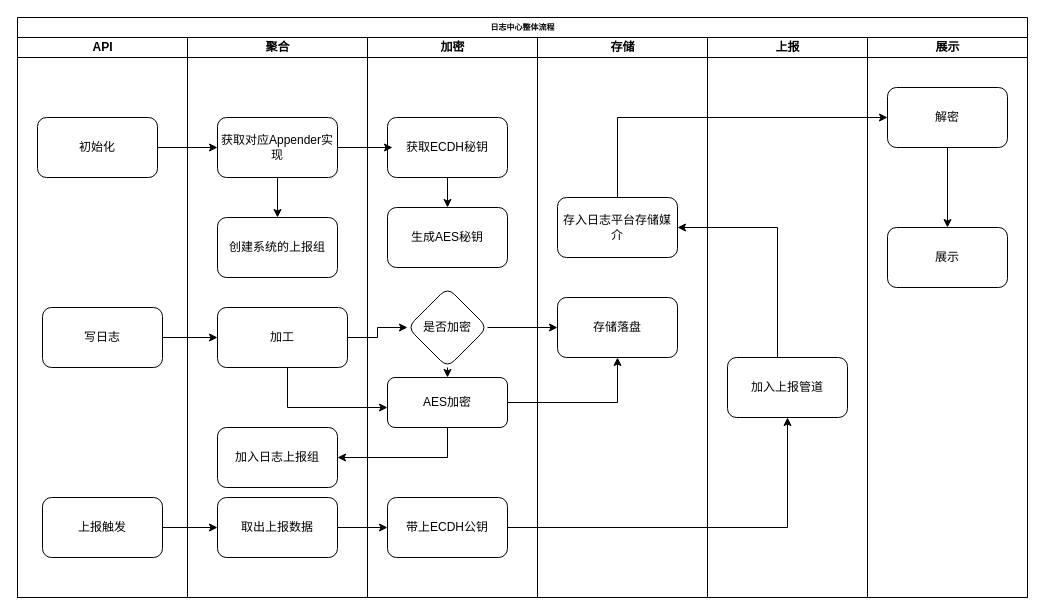
This is 日志中心整体架构.drawio from luyiwei111/new_project, a draw.io file, before an edit. Source tidied: cells renumbered, new cells numbered last; positions are measured from the earlier drawing's top-left corner, leaving out a move shared by most shapes. Both pictures are drawn from the tidied source at 100%, with x=0, y=0 at pixel (17, 17).
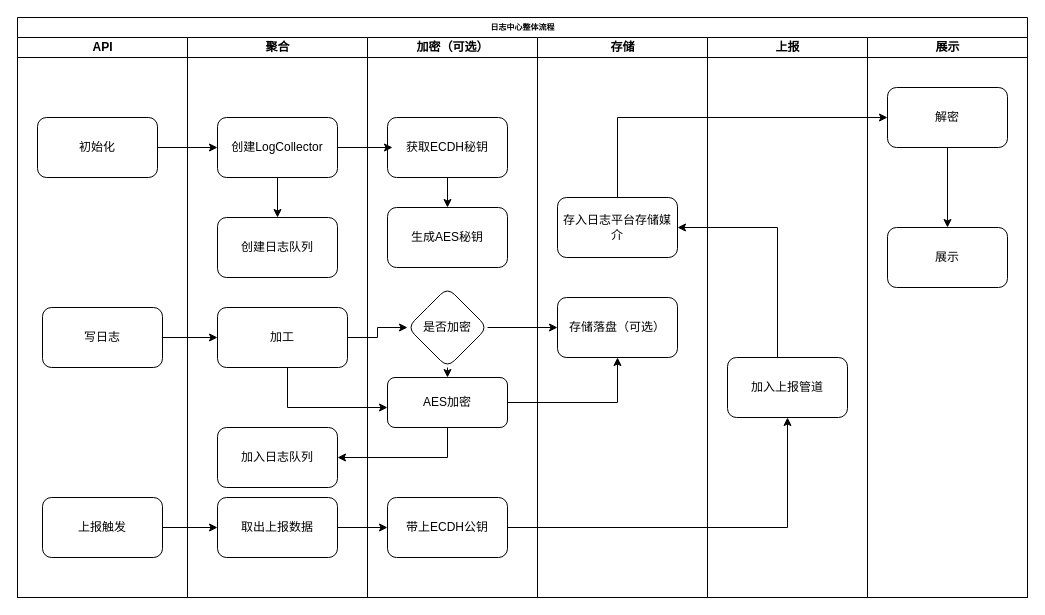
After the change.

Commit message:
更新日志中心整体架构.drawio

The change refers to these unchanged cells:
```xml
<mxCell id="2" value="日志中心整体流程" style="swimlane;html=1;startSize=20;rounded=0;shadow=0;labelBackgroundColor=none;strokeWidth=1;fontFamily=Verdana;fontSize=8;align=center;" parent="1" vertex="1">
  <mxGeometry width="1010" height="580" as="geometry" />
</mxCell>
<mxCell id="7" value="聚合" style="swimlane;html=1;startSize=20;" parent="2" vertex="1">
  <mxGeometry x="170" y="20" width="180" height="560" as="geometry" />
</mxCell>
<mxCell id="22" value="存储" style="swimlane;html=1;startSize=20;" parent="2" vertex="1">
  <mxGeometry x="520" y="20" width="170" height="560" as="geometry" />
</mxCell>
```

Change to the diagram source:
```diff
@@
-    <mxCell id="9" value="获取对应Appender实现" style="rounded=1;whiteSpace=wrap;html=1;" parent="7" vertex="1">
+    <mxCell id="9" value="创建LogCollector" style="rounded=1;whiteSpace=wrap;html=1;" parent="7" vertex="1">
       <mxGeometry x="30" y="80" width="120" height="60" as="geometry" />
     </mxCell>
@@
-    <mxCell id="12" value="加入日志上报组" style="whiteSpace=wrap;html=1;rounded=1;" parent="7" vertex="1">
+    <mxCell id="12" value="加入日志队列" style="whiteSpace=wrap;html=1;rounded=1;" parent="7" vertex="1">
       <mxGeometry x="30" y="390" width="120" height="60" as="geometry" />
     </mxCell>
-    <mxCell id="13" value="创建系统的上报组" style="whiteSpace=wrap;html=1;rounded=1;" parent="7" vertex="1">
+    <mxCell id="13" value="创建日志队列" style="whiteSpace=wrap;html=1;rounded=1;" parent="7" vertex="1">
       <mxGeometry x="30" y="180" width="120" height="60" as="geometry" />
     </mxCell>
-    <mxCell id="14" value="加密" style="swimlane;html=1;startSize=20;" parent="2" vertex="1">
+    <mxCell id="14" value="加密（可选）" style="swimlane;html=1;startSize=20;" parent="2" vertex="1">
       <mxGeometry x="350" y="20" width="170" height="560" as="geometry" />
     </mxCell>
@@
-    <mxCell id="23" value="存储落盘" style="rounded=1;whiteSpace=wrap;html=1;" parent="22" vertex="1">
+    <mxCell id="23" value="存储落盘（可选）" style="rounded=1;whiteSpace=wrap;html=1;" parent="22" vertex="1">
       <mxGeometry x="20" y="260" width="120" height="60" as="geometry" />
     </mxCell>
```
